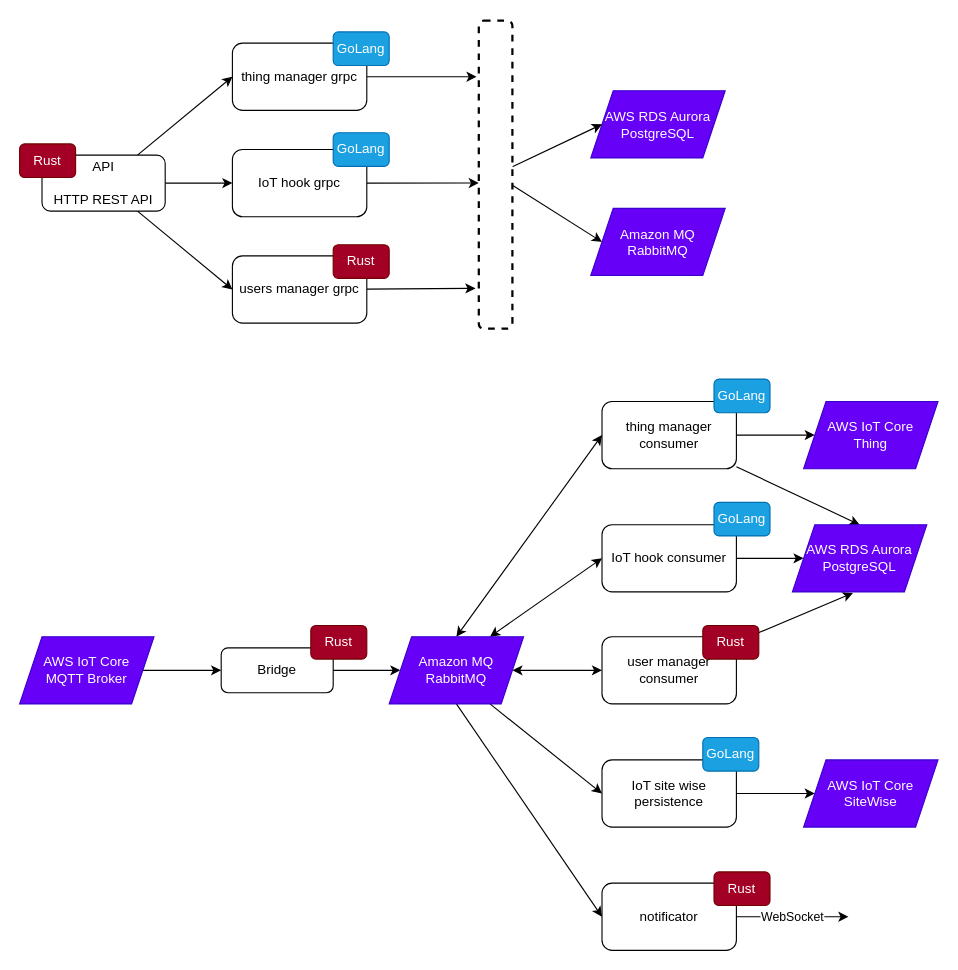
tointernet/things.over.internet keeps this draw.io diagram as .docs/toi.drawio. Above is the earlier version. Source tidied: cells renumbered, new cells numbered last; positions are measured from the earlier drawing's top-left corner, leaving out a move shared by most shapes. Both pictures are drawn from the tidied source at 112%, with x=0, y=0 at pixel (19, 20).
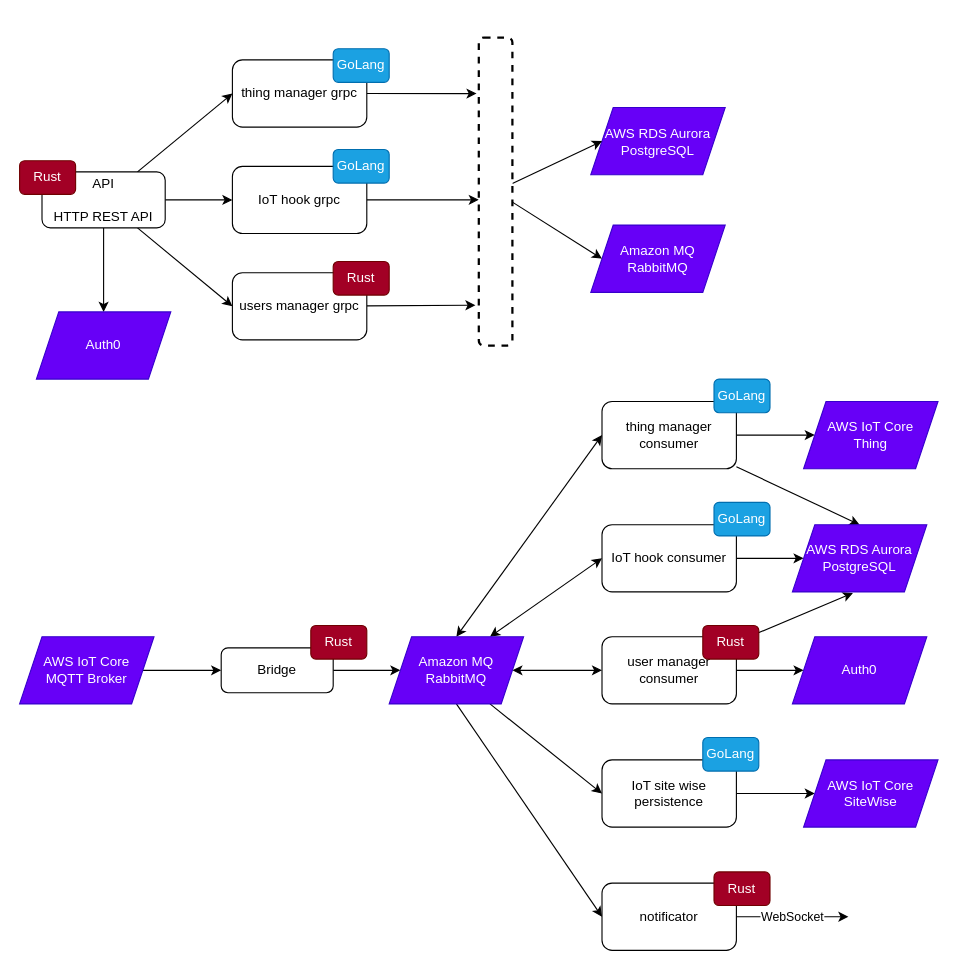
The same page after the edit.

The change refers to these unchanged cells:
```xml
<mxCell id="30" value="&lt;span&gt;user manager consumer&lt;/span&gt;" style="rounded=1;whiteSpace=wrap;html=1;" parent="1" vertex="1">
  <mxGeometry x="520" y="550" width="120" height="60" as="geometry" />
</mxCell>
```

What changed in the source:
```diff
@@
+    <mxCell id="51" style="edgeStyle=none;html=1;entryX=0.5;entryY=0;entryDx=0;entryDy=0;" parent="1" edge="1" source="5" target="54">
+      <mxGeometry relative="1" as="geometry" />
+    </mxCell>
     <mxCell id="5" value="API&lt;br&gt;&lt;br&gt;HTTP REST API" style="rounded=1;whiteSpace=wrap;html=1;" parent="1" vertex="1">
-      <mxGeometry x="20" y="120" width="110" height="50" as="geometry" />
+      <mxGeometry x="20" y="135" width="110" height="50" as="geometry" />
     </mxCell>
@@
     <mxCell id="15" value="thing manager grpc" style="rounded=1;whiteSpace=wrap;html=1;" parent="1" vertex="1">
-      <mxGeometry x="190" y="20" width="120" height="60" as="geometry" />
+      <mxGeometry x="190" y="35" width="120" height="60" as="geometry" />
     </mxCell>
@@
     <mxCell id="17" value="IoT hook grpc" style="rounded=1;whiteSpace=wrap;html=1;" parent="1" vertex="1">
-      <mxGeometry x="190" y="115" width="120" height="60" as="geometry" />
+      <mxGeometry x="190" y="130" width="120" height="60" as="geometry" />
     </mxCell>
@@
     <mxCell id="19" value="users manager grpc" style="rounded=1;whiteSpace=wrap;html=1;" parent="1" vertex="1">
-      <mxGeometry x="190" y="210" width="120" height="60" as="geometry" />
+      <mxGeometry x="190" y="225" width="120" height="60" as="geometry" />
     </mxCell>
@@
+    <mxCell id="52" style="edgeStyle=none;html=1;entryX=0;entryY=0.5;entryDx=0;entryDy=0;" parent="1" edge="1" source="30" target="53">
+      <mxGeometry relative="1" as="geometry" />
+    </mxCell>
@@
     <mxCell id="31" value="GoLang" style="rounded=1;whiteSpace=wrap;html=1;fillColor=#1ba1e2;fontColor=#ffffff;strokeColor=#006EAF;" parent="1" vertex="1">
-      <mxGeometry x="280" y="10" width="50" height="30" as="geometry" />
+      <mxGeometry x="280" y="25" width="50" height="30" as="geometry" />
     </mxCell>
     <mxCell id="32" value="GoLang" style="rounded=1;whiteSpace=wrap;html=1;fillColor=#1ba1e2;fontColor=#ffffff;strokeColor=#006EAF;" parent="1" vertex="1">
-      <mxGeometry x="280" y="100" width="50" height="30" as="geometry" />
+      <mxGeometry x="280" y="115" width="50" height="30" as="geometry" />
     </mxCell>
     <mxCell id="33" value="Rust" style="rounded=1;whiteSpace=wrap;html=1;fillColor=#a20025;fontColor=#ffffff;strokeColor=#6F0000;" parent="1" vertex="1">
-      <mxGeometry x="280" y="200" width="50" height="30" as="geometry" />
+      <mxGeometry x="280" y="215" width="50" height="30" as="geometry" />
     </mxCell>
     <mxCell id="34" value="Rust" style="rounded=1;whiteSpace=wrap;html=1;fillColor=#a20025;fontColor=#ffffff;strokeColor=#6F0000;" parent="1" vertex="1">
-      <mxGeometry y="110" width="50" height="30" as="geometry" />
+      <mxGeometry y="125" width="50" height="30" as="geometry" />
     </mxCell>
@@
     <mxCell id="44" value="AWS RDS Aurora&lt;br&gt;PostgreSQL" style="shape=parallelogram;perimeter=parallelogramPerimeter;whiteSpace=wrap;html=1;fixedSize=1;fillColor=#6700F7;fontColor=#ffffff;strokeColor=#3700CC;" parent="1" vertex="1">
-      <mxGeometry x="510" y="62.5" width="120" height="60" as="geometry" />
+      <mxGeometry x="510" y="77.5" width="120" height="60" as="geometry" />
     </mxCell>
@@
     <mxCell id="46" value="Amazon MQ&lt;br&gt;RabbitMQ" style="shape=parallelogram;perimeter=parallelogramPerimeter;whiteSpace=wrap;html=1;fixedSize=1;fillColor=#6700F7;fontColor=#ffffff;strokeColor=#3700CC;" parent="1" vertex="1">
-      <mxGeometry x="510" y="167.5" width="120" height="60" as="geometry" />
+      <mxGeometry x="510" y="182.5" width="120" height="60" as="geometry" />
     </mxCell>
@@
     <mxCell id="49" style="rounded=1;whiteSpace=wrap;html=1;dashed=1;strokeWidth=2;" parent="1" vertex="1">
-      <mxGeometry x="410" width="30" height="275" as="geometry" />
+      <mxGeometry x="410" y="15" width="30" height="275" as="geometry" />
     </mxCell>
@@
+    <mxCell id="53" value="Auth0" style="shape=parallelogram;perimeter=parallelogramPerimeter;whiteSpace=wrap;html=1;fixedSize=1;fillColor=#6700F7;fontColor=#ffffff;strokeColor=#3700CC;" parent="1" vertex="1">
+      <mxGeometry x="690" y="550" width="120" height="60" as="geometry" />
+    </mxCell>
+    <mxCell id="54" value="Auth0" style="shape=parallelogram;perimeter=parallelogramPerimeter;whiteSpace=wrap;html=1;fixedSize=1;fillColor=#6700F7;fontColor=#ffffff;strokeColor=#3700CC;" parent="1" vertex="1">
+      <mxGeometry x="15" y="260" width="120" height="60" as="geometry" />
+    </mxCell>
```
